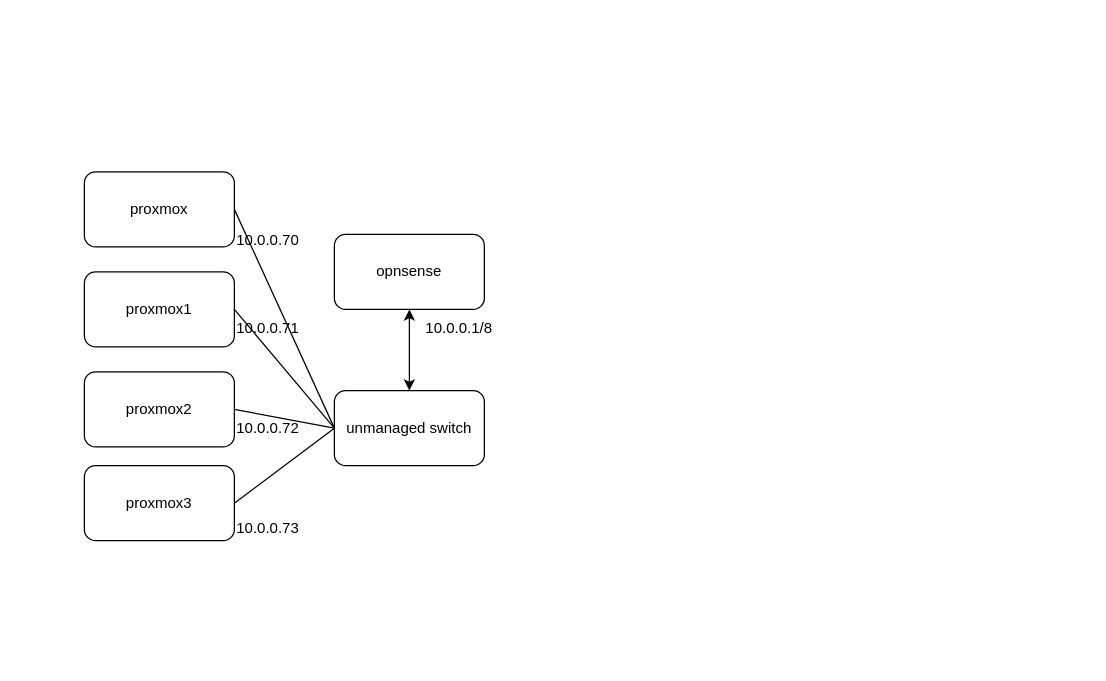
Earlier version of the draw.io diagram homelab.drawio (Kushalr3ddy/homelab-docs). Source tidied: cells renumbered, new cells numbered last; positions are measured from the earlier drawing's top-left corner, leaving out a move shared by most shapes. Both pictures are drawn from the tidied source at 125%, with x=0, y=0 at pixel (84, 171).
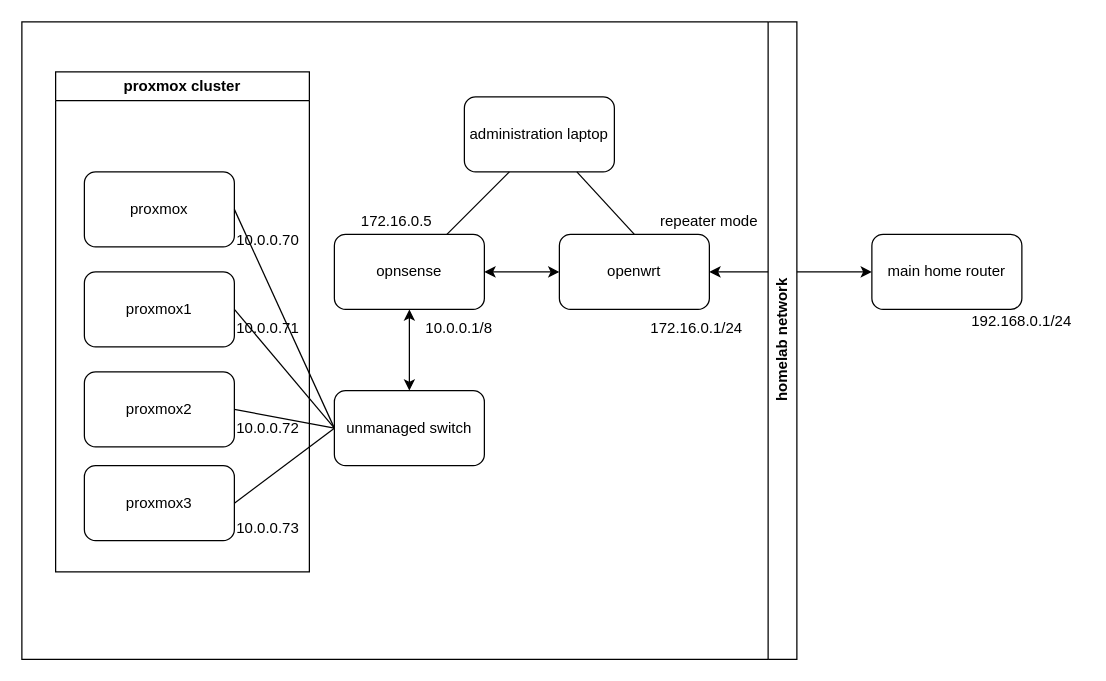
The same page after the edit.

The change refers to these unchanged cells:
```xml
<mxCell id="6" value="opnsense" style="rounded=1;whiteSpace=wrap;html=1;" parent="1" vertex="1">
  <mxGeometry x="200" y="50" width="120" height="60" as="geometry" />
</mxCell>
```

Diff of the diagram source:
```diff
@@
+    <mxCell id="18" value="proxmox cluster" style="swimlane;whiteSpace=wrap;html=1;" parent="1" vertex="1">
+      <mxGeometry x="-23" y="-80" width="203" height="400" as="geometry" />
+    </mxCell>
+    <mxCell id="19" value="openwrt" style="rounded=1;whiteSpace=wrap;html=1;" parent="1" vertex="1">
+      <mxGeometry x="380" y="50" width="120" height="60" as="geometry" />
+    </mxCell>
+    <mxCell id="20" value="main home router" style="rounded=1;whiteSpace=wrap;html=1;" parent="1" vertex="1">
+      <mxGeometry x="630" y="50" width="120" height="60" as="geometry" />
+    </mxCell>
+    <mxCell id="21" value="administration laptop" style="rounded=1;whiteSpace=wrap;html=1;" parent="1" vertex="1">
+      <mxGeometry x="304" y="-60" width="120" height="60" as="geometry" />
+    </mxCell>
+    <mxCell id="22" style="endArrow=none;html=1;rounded=0;" parent="1" edge="1">
+      <mxGeometry relative="1" as="geometry">
+        <mxPoint x="290" y="50" as="sourcePoint" />
+        <mxPoint x="340" as="targetPoint" />
+      </mxGeometry>
+    </mxCell>
+    <mxCell id="23" style="endArrow=none;html=1;rounded=0;entryX=0.75;entryY=1;entryDx=0;entryDy=0;exitX=0.5;exitY=0;exitDx=0;exitDy=0;" parent="1" edge="1" source="19" target="21">
+      <mxGeometry relative="1" as="geometry" />
+    </mxCell>
+    <mxCell id="24" style="endArrow=classic;startArrow=classic;html=1;rounded=0;entryX=0;entryY=0.5;entryDx=0;entryDy=0;exitX=1;exitY=0.5;exitDx=0;exitDy=0;" parent="1" edge="1" source="6" target="19">
+      <mxGeometry relative="1" as="geometry" />
+    </mxCell>
+    <mxCell id="25" style="endArrow=classic;startArrow=classic;html=1;rounded=0;entryX=0;entryY=0.5;entryDx=0;entryDy=0;exitX=1;exitY=0.5;exitDx=0;exitDy=0;" parent="1" edge="1" source="19" target="20">
+      <mxGeometry relative="1" as="geometry" />
+    </mxCell>
+    <mxCell id="26" value="172.16.0.1/24" style="text;html=1;whiteSpace=wrap;strokeColor=none;fillColor=none;align=center;verticalAlign=middle;rounded=0;" parent="1" vertex="1">
+      <mxGeometry x="440" y="110" width="100" height="30" as="geometry" />
+    </mxCell>
+    <mxCell id="27" value="192.168.0.1/24" style="text;html=1;whiteSpace=wrap;strokeColor=none;fillColor=none;align=center;verticalAlign=middle;rounded=0;" parent="1" vertex="1">
+      <mxGeometry x="700" y="105" width="100" height="30" as="geometry" />
+    </mxCell>
+    <mxCell id="28" value="homelab network" style="swimlane;horizontal=0;whiteSpace=wrap;html=1;flipH=1;legacyAnchorPoints=0;" parent="1" vertex="1">
+      <mxGeometry x="-50" y="-120" width="620" height="510" as="geometry" />
+    </mxCell>
+    <mxCell id="29" value="repeater mode" style="text;html=1;whiteSpace=wrap;strokeColor=none;fillColor=none;align=center;verticalAlign=middle;rounded=0;" parent="28" vertex="1">
+      <mxGeometry x="500" y="145" width="100" height="30" as="geometry" />
+    </mxCell>
+    <mxCell id="30" value="172.16.0.5" style="text;html=1;whiteSpace=wrap;strokeColor=none;fillColor=none;align=center;verticalAlign=middle;rounded=0;" parent="28" vertex="1">
+      <mxGeometry x="260" y="145" width="80" height="30" as="geometry" />
+    </mxCell>
```
